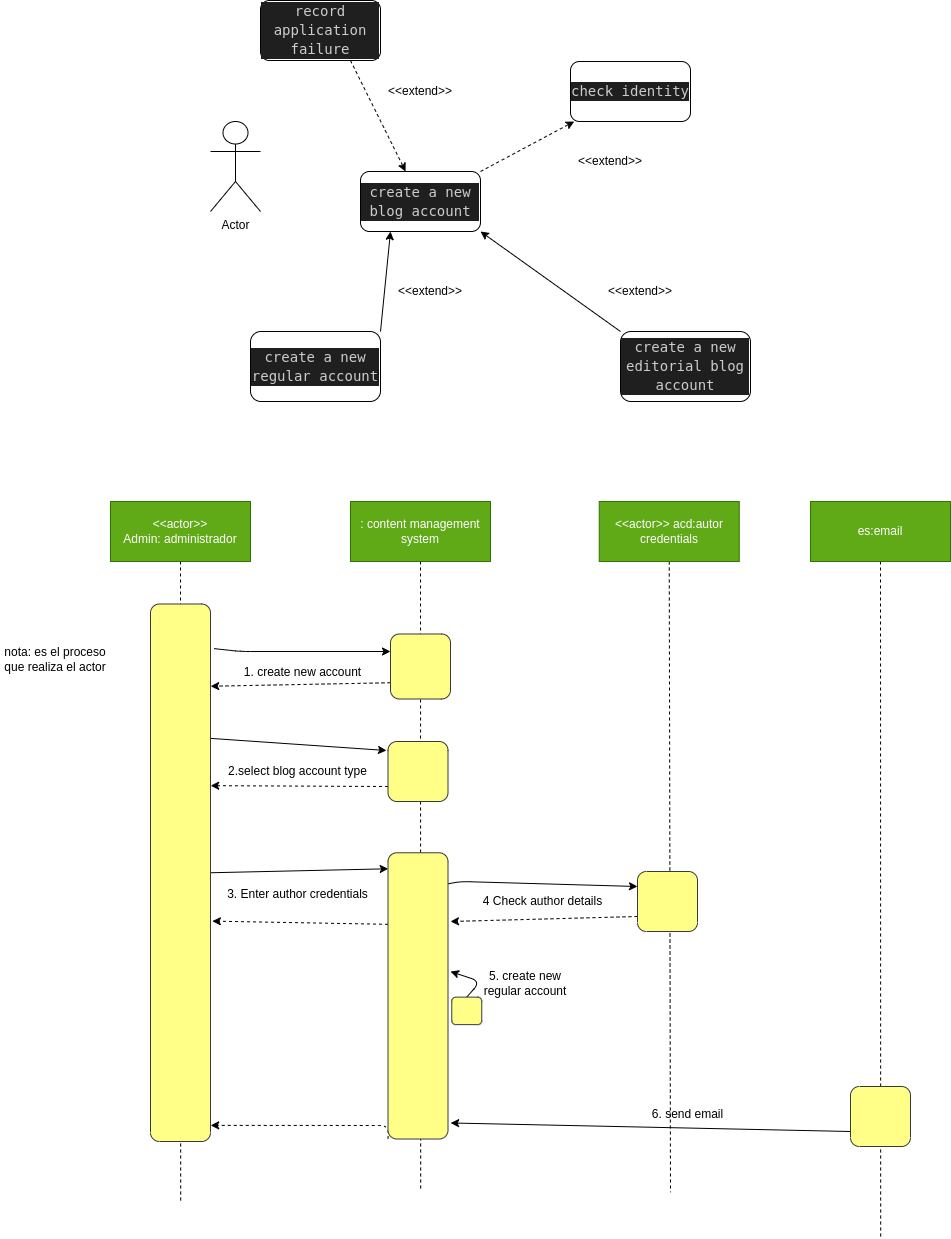
This is diagrama de secuencia/apuntesDS.drawio.png from mdiogc/ETS, a draw.io export, as it was before one commit. Source tidied: cells renumbered, new cells last; positions are measured from the earlier drawing's top-left corner, leaving out a move shared by most shapes.
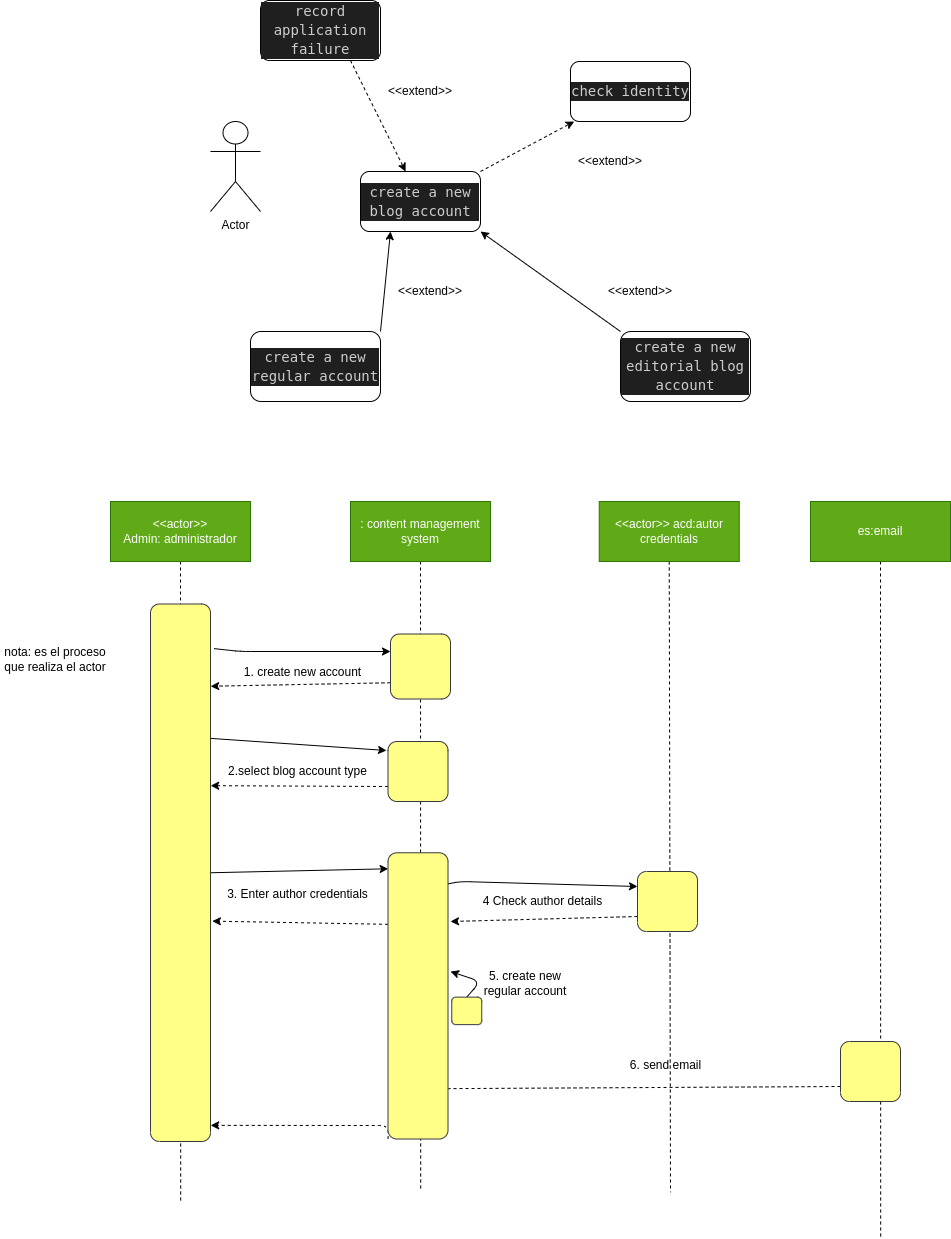
The same diagram one commit later.

What changed in the source:
```diff
@@ -161,14 +161,14 @@
     <mxCell id="45" value="es:email" style="text;html=1;strokeColor=#2D7600;fillColor=#60a917;align=center;verticalAlign=middle;whiteSpace=wrap;rounded=0;fontColor=#ffffff;" parent="1" vertex="1">
       <mxGeometry x="899" y="501" width="140" height="60" as="geometry" />
     </mxCell>
-    <mxCell id="46" style="edgeStyle=none;html=1;exitX=0.25;exitY=0;exitDx=0;exitDy=0;entryX=0.056;entryY=1.044;entryDx=0;entryDy=0;entryPerimeter=0;endArrow=classic;endFill=1;" parent="1" edge="1" source="47" target="36">
+    <mxCell id="46" style="edgeStyle=none;html=1;exitX=0.25;exitY=0;exitDx=0;exitDy=0;entryX=0.176;entryY=1.008;entryDx=0;entryDy=0;entryPerimeter=0;dashed=1;endArrow=none;endFill=0;" parent="1" edge="1" source="47" target="36">
       <mxGeometry relative="1" as="geometry" />
     </mxCell>
     <mxCell id="47" style="rounded=1;whiteSpace=wrap;html=1;rotation=-90;fillColor=#ffff88;strokeColor=#36393d;" parent="1" vertex="1">
-      <mxGeometry x="939" y="1086" width="60" height="60" as="geometry" />
+      <mxGeometry x="929" y="1041" width="60" height="60" as="geometry" />
     </mxCell>
     <mxCell id="48" value="6. send email" style="text;html=1;strokeColor=none;fillColor=none;align=center;verticalAlign=middle;whiteSpace=wrap;rounded=0;" parent="1" vertex="1">
-      <mxGeometry x="734.5" y="1106" width="82.5" height="15" as="geometry" />
+      <mxGeometry x="712.5" y="1057" width="82.5" height="15" as="geometry" />
     </mxCell>
   </root>
 </mxGraphModel>
```
